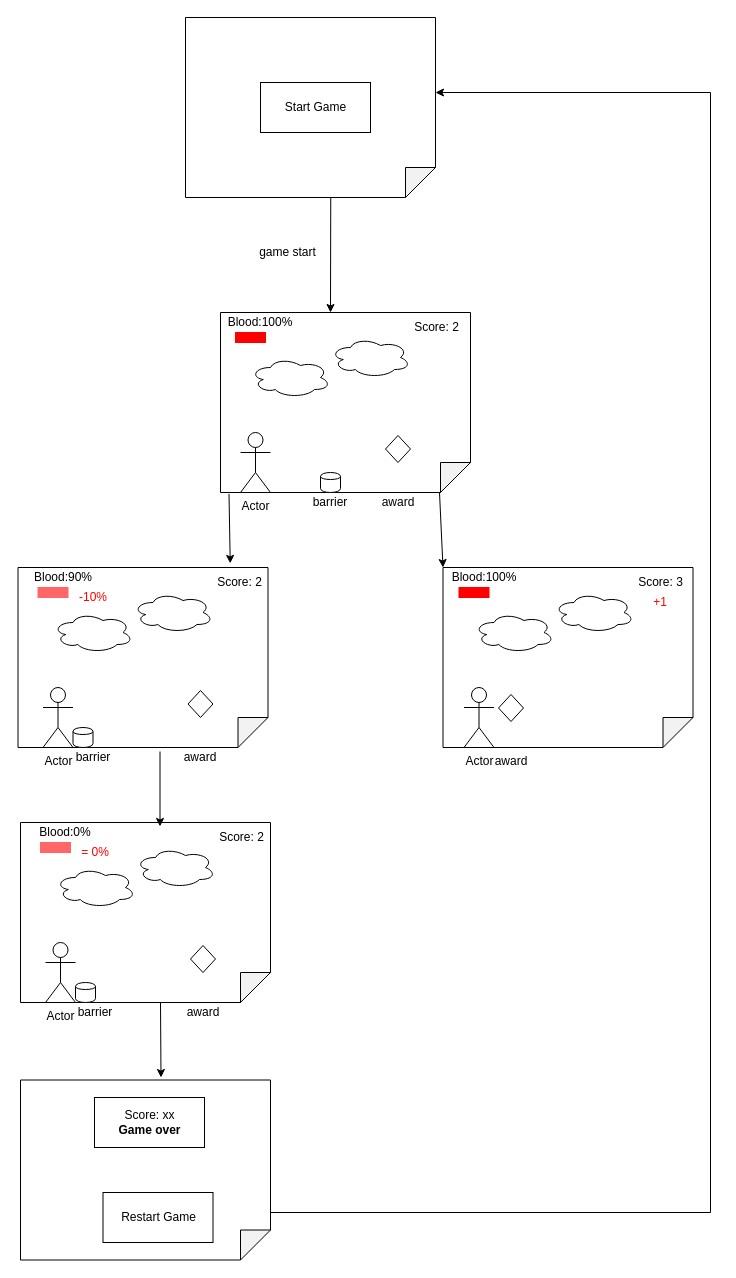
Above: 02HTML/4Canvas/DEMO/SnowmanDiagram.drawio in wanjingzhang/WLT-Self-Training (draw.io), before the change. Source tidied: cells renumbered, new cells numbered last; positions are measured from the earlier drawing's top-left corner, leaving out a move shared by most shapes. Both pictures are drawn from the tidied source at 100%, with x=0, y=0 at pixel (18, 17).
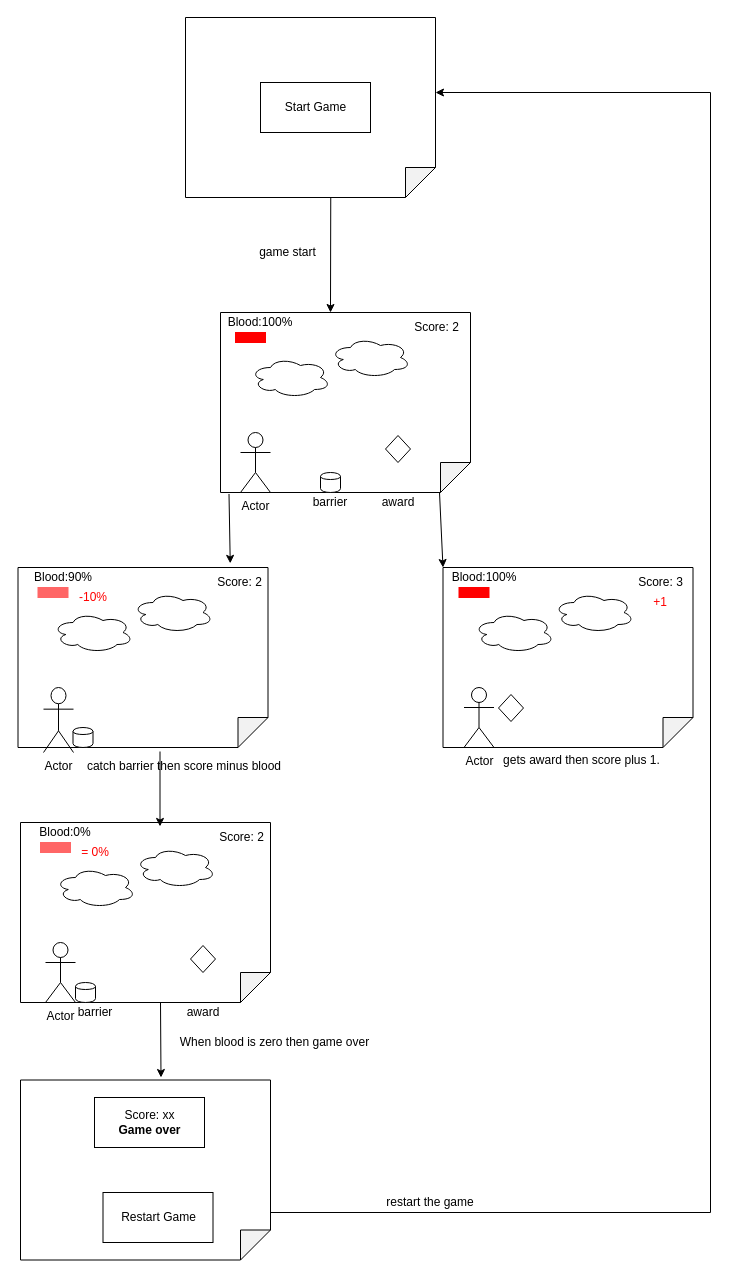
The same diagram, later.

Commit message:
add the flow chat

What changed in the source:
```diff
@@
     <mxCell id="22" value="Actor" style="shape=umlActor;verticalLabelPosition=bottom;labelBackgroundColor=#ffffff;verticalAlign=top;html=1;" parent="1" vertex="1">
-      <mxGeometry x="24.5" y="670" width="30" height="60" as="geometry" />
+      <mxGeometry x="25" y="670" width="30" height="65" as="geometry" />
     </mxCell>
@@
-    <mxCell id="25" style="rhombus;whiteSpace=wrap;html=1;" parent="1" vertex="1">
-      <mxGeometry x="169.5" y="673" width="25" height="27" as="geometry" />
-    </mxCell>
-    <mxCell id="26" value="barrier" style="text;html=1;strokeColor=none;fillColor=none;align=center;verticalAlign=middle;whiteSpace=wrap;rounded=0;" parent="1" vertex="1">
-      <mxGeometry x="54.5" y="730" width="40" height="20" as="geometry" />
+    <mxCell id="26" value="catch barrier then score minus blood" style="text;html=1;strokeColor=none;fillColor=none;align=center;verticalAlign=middle;whiteSpace=wrap;rounded=0;" parent="1" vertex="1">
+      <mxGeometry x="40" y="739" width="252" height="20" as="geometry" />
     </mxCell>
-    <mxCell id="27" value="award" style="text;html=1;strokeColor=none;fillColor=none;align=center;verticalAlign=middle;whiteSpace=wrap;rounded=0;" parent="1" vertex="1">
-      <mxGeometry x="162" y="730" width="40" height="20" as="geometry" />
-    </mxCell>
@@
-    <mxCell id="36" value="award" style="text;html=1;strokeColor=none;fillColor=none;align=center;verticalAlign=middle;whiteSpace=wrap;rounded=0;" parent="1" vertex="1">
-      <mxGeometry x="472.5" y="734" width="40" height="20" as="geometry" />
+    <mxCell id="36" value="gets award then score plus 1." style="text;html=1;strokeColor=none;fillColor=none;align=center;verticalAlign=middle;whiteSpace=wrap;rounded=0;" parent="1" vertex="1">
+      <mxGeometry x="480" y="733" width="167" height="20" as="geometry" />
     </mxCell>
@@
+    <mxCell id="59" value="restart the game" style="text;html=1;strokeColor=none;fillColor=none;align=center;verticalAlign=middle;whiteSpace=wrap;rounded=0;" parent="1" vertex="1">
+      <mxGeometry x="352" y="1175" width="120" height="20" as="geometry" />
+    </mxCell>
+    <mxCell id="60" value="When blood is zero then game over" style="text;html=1;strokeColor=none;fillColor=none;align=center;verticalAlign=middle;whiteSpace=wrap;rounded=0;" parent="1" vertex="1">
+      <mxGeometry x="139.5" y="1015" width="233" height="20" as="geometry" />
+    </mxCell>
```
